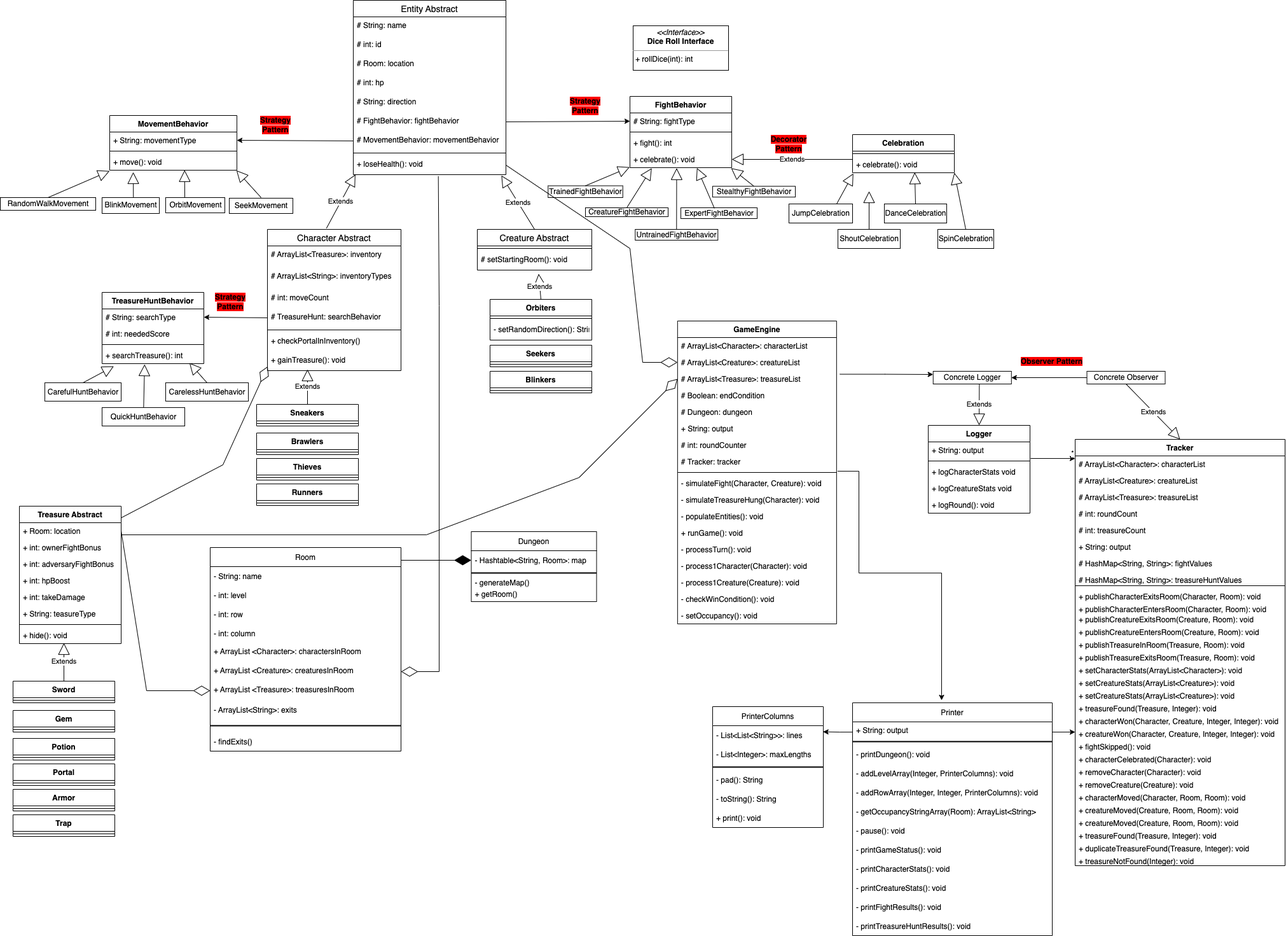
This is ClassDiagram_3.2UPDATED.png from jukent/OOAD_3.2, a draw.io export, as it was before one commit. Source tidied: cells renumbered, new cells last; positions are measured from the earlier drawing's top-left corner, leaving out a move shared by most shapes.
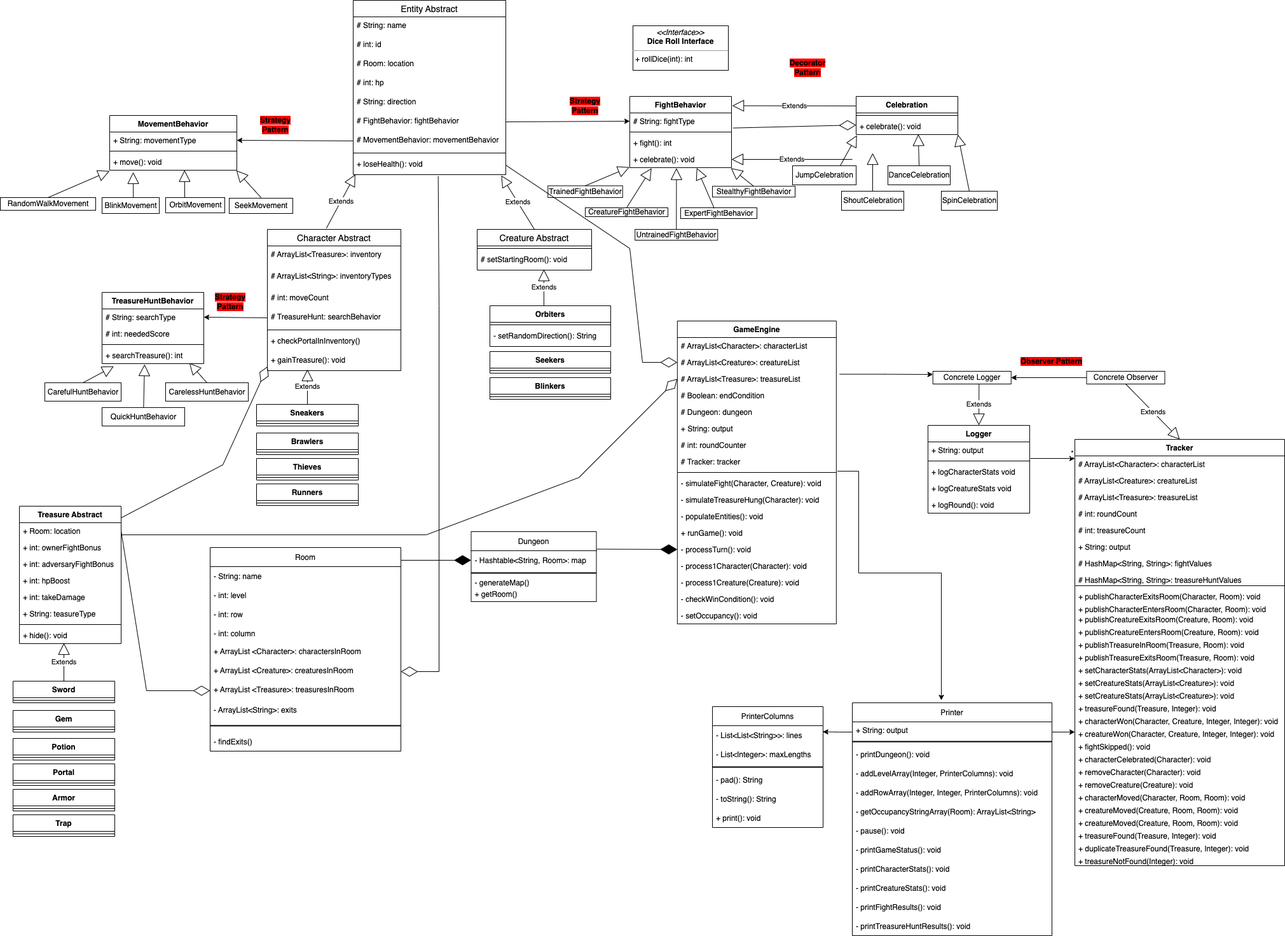
After the commit.

Commit message:
Updated Class Diagram

Updated class diagram to correctly represent the decorator pattern.

What changed in the source:
```diff
@@ -48,25 +48,25 @@
       <mxGeometry y="34" width="180" height="30" as="geometry" />
     </mxCell>
     <mxCell id="17" value="Orbiters" style="swimlane;fontStyle=1;align=center;verticalAlign=top;horizontal=1;startSize=26;" parent="1" vertex="1">
-      <mxGeometry x="770" y="470" width="160" height="64" as="geometry" />
+      <mxGeometry x="770" y="480" width="190" height="64" as="geometry" />
     </mxCell>
     <mxCell id="18" style="line;strokeWidth=1;fillColor=none;align=left;verticalAlign=middle;spacingTop=-1;spacingLeft=3;spacingRight=3;labelPosition=right;strokeColor=inherit;" parent="17" vertex="1">
-      <mxGeometry y="26" width="160" height="8" as="geometry" />
+      <mxGeometry y="26" width="190" height="8" as="geometry" />
     </mxCell>
     <mxCell id="19" value="- setRandomDirection(): String" style="text;strokeColor=none;fillColor=none;spacingLeft=4;spacingRight=4;overflow=hidden;fontSize=12;" parent="17" vertex="1">
-      <mxGeometry y="34" width="160" height="30" as="geometry" />
+      <mxGeometry y="34" width="190" height="30" as="geometry" />
     </mxCell>
     <mxCell id="20" value="Blinkers" style="swimlane;fontStyle=1;align=center;verticalAlign=top;horizontal=1;startSize=26;" parent="1" vertex="1">
-      <mxGeometry x="770" y="583" width="160" height="34" as="geometry" />
+      <mxGeometry x="770" y="593" width="190" height="34" as="geometry" />
     </mxCell>
     <mxCell id="21" style="line;strokeWidth=1;fillColor=none;align=left;verticalAlign=middle;spacingTop=-1;spacingLeft=3;spacingRight=3;labelPosition=right;strokeColor=inherit;" parent="20" vertex="1">
-      <mxGeometry y="26" width="160" height="8" as="geometry" />
+      <mxGeometry y="26" width="190" height="8" as="geometry" />
     </mxCell>
     <mxCell id="22" value="Seekers" style="swimlane;fontStyle=1;align=center;verticalAlign=top;horizontal=1;startSize=26;" parent="1" vertex="1">
-      <mxGeometry x="770" y="542" width="160" height="34" as="geometry" />
+      <mxGeometry x="770" y="552" width="190" height="34" as="geometry" />
     </mxCell>
     <mxCell id="23" style="line;strokeWidth=1;fillColor=none;align=left;verticalAlign=middle;spacingTop=-1;spacingLeft=3;spacingRight=3;labelPosition=right;strokeColor=inherit;" parent="22" vertex="1">
-      <mxGeometry y="26" width="160" height="8" as="geometry" />
+      <mxGeometry y="26" width="190" height="8" as="geometry" />
     </mxCell>
     <mxCell id="24" value="RandomWalkMovement" style="html=1;" parent="1" vertex="1">
       <mxGeometry y="310" width="150" height="20" as="geometry" />
@@ -257,7 +257,7 @@
       </mxGeometry>
     </mxCell>
     <mxCell id="86" value="Celebration" style="swimlane;fontStyle=1;align=center;verticalAlign=top;horizontal=1;startSize=26;" parent="1" vertex="1">
-      <mxGeometry x="1340" y="211" width="160" height="60" as="geometry" />
+      <mxGeometry x="1346" y="151" width="160" height="60" as="geometry" />
     </mxCell>
     <mxCell id="87" style="line;strokeWidth=1;fillColor=none;align=left;verticalAlign=middle;spacingTop=-1;spacingLeft=3;spacingRight=3;labelPosition=right;strokeColor=inherit;" parent="86" vertex="1">
       <mxGeometry y="26" width="160" height="8" as="geometry" />
@@ -430,21 +430,21 @@
       <mxGeometry y="650" width="330" height="20" as="geometry" />
     </mxCell>
     <mxCell id="143" value="JumpCelebration" style="html=1;" parent="1" vertex="1">
-      <mxGeometry x="1240" y="320" width="100" height="30" as="geometry" />
+      <mxGeometry x="1246" y="260" width="100" height="30" as="geometry" />
     </mxCell>
     <mxCell id="144" value="ShoutCelebration" style="html=1;" parent="1" vertex="1">
-      <mxGeometry x="1317" y="360" width="98" height="30" as="geometry" />
+      <mxGeometry x="1323" y="300" width="98" height="30" as="geometry" />
     </mxCell>
     <mxCell id="145" value="DanceCelebration" style="html=1;" parent="1" vertex="1">
-      <mxGeometry x="1390" y="320" width="98" height="30" as="geometry" />
+      <mxGeometry x="1396" y="260" width="98" height="30" as="geometry" />
     </mxCell>
     <mxCell id="146" value="SpinCelebration" style="html=1;" parent="1" vertex="1">
-      <mxGeometry x="1474" y="360" width="88" height="30" as="geometry" />
+      <mxGeometry x="1480" y="300" width="88" height="30" as="geometry" />
     </mxCell>
     <mxCell id="147" style="endArrow=block;endSize=16;endFill=0;html=1;rounded=0;" parent="1" edge="1">
       <mxGeometry x="-1" y="-88" relative="1" as="geometry">
-        <mxPoint x="1366" y="360" as="sourcePoint" />
-        <mxPoint x="1366" y="300" as="targetPoint" />
+        <mxPoint x="1372" y="300" as="sourcePoint" />
+        <mxPoint x="1372" y="240" as="targetPoint" />
         <mxPoint x="-24" y="60" as="offset" />
       </mxGeometry>
     </mxCell>
@@ -499,7 +499,7 @@
       <mxGeometry relative="1" as="geometry" />
     </mxCell>
     <mxCell id="162" value="&lt;h4&gt;&lt;span style=&quot;background-color: rgb(255, 0, 0);&quot;&gt;Decorator Pattern&lt;/span&gt;&lt;/h4&gt;" style="text;html=1;strokeColor=none;fillColor=none;align=center;verticalAlign=middle;whiteSpace=wrap;rounded=0;" parent="1" vertex="1">
-      <mxGeometry x="1210" y="211" width="60" height="30" as="geometry" />
+      <mxGeometry x="1240" y="91" width="60" height="30" as="geometry" />
     </mxCell>
     <mxCell id="163" value="&lt;h4&gt;&lt;span style=&quot;background-color: rgb(255, 0, 0);&quot;&gt;Strategy Pattern&lt;/span&gt;&lt;/h4&gt;" style="text;html=1;strokeColor=none;fillColor=none;align=center;verticalAlign=middle;whiteSpace=wrap;rounded=0;" parent="1" vertex="1">
       <mxGeometry x="403" y="181" width="60" height="30" as="geometry" />
@@ -548,7 +548,7 @@
         <mxPoint x="483" y="580" as="targetPoint" />
       </mxGeometry>
     </mxCell>
-    <mxCell id="178" value="Extends" style="endArrow=block;endSize=16;endFill=0;html=1;rounded=0;exitX=0.5;exitY=0;exitDx=0;exitDy=0;entryX=0.536;entryY=1.195;entryDx=0;entryDy=0;entryPerimeter=0;" parent="1" edge="1" source="17" target="16">
+    <mxCell id="178" value="Extends" style="endArrow=block;endSize=16;endFill=0;html=1;rounded=0;exitX=0.447;exitY=0;exitDx=0;exitDy=0;entryX=0.583;entryY=0.958;entryDx=0;entryDy=0;entryPerimeter=0;exitPerimeter=0;" parent="1" edge="1" source="17" target="16">
       <mxGeometry relative="1" as="geometry" />
     </mxCell>
     <mxCell id="179" value="FightBehavior" style="swimlane;fontStyle=1;align=center;verticalAlign=top;horizontal=1;startSize=26;" parent="1" vertex="1">
@@ -787,5 +787,14 @@
         </Array>
       </mxGeometry>
     </mxCell>
+    <mxCell id="233" style="endArrow=diamondThin;endFill=1;endSize=24;html=1;rounded=0;entryX=0;entryY=0.5;entryDx=0;entryDy=0;exitX=1;exitY=0.25;exitDx=0;exitDy=0;" parent="1" edge="1" source="61" target="80">
+      <mxGeometry relative="1" as="geometry" />
+    </mxCell>
+    <mxCell id="234" value="Extends" style="endArrow=block;endSize=16;endFill=0;html=1;rounded=0;exitX=0;exitY=0.25;exitDx=0;exitDy=0;entryX=1.007;entryY=0.131;entryDx=0;entryDy=0;entryPerimeter=0;" parent="1" edge="1" source="86" target="179">
+      <mxGeometry relative="1" as="geometry" />
+    </mxCell>
+    <mxCell id="235" style="endArrow=diamondThin;endFill=0;endSize=24;html=1;rounded=0;exitX=1.015;exitY=0.91;exitDx=0;exitDy=0;entryX=0;entryY=0.75;entryDx=0;entryDy=0;exitPerimeter=0;" parent="1" edge="1" source="180" target="86">
+      <mxGeometry relative="1" as="geometry" />
+    </mxCell>
   </root>
 </mxGraphModel>
```
